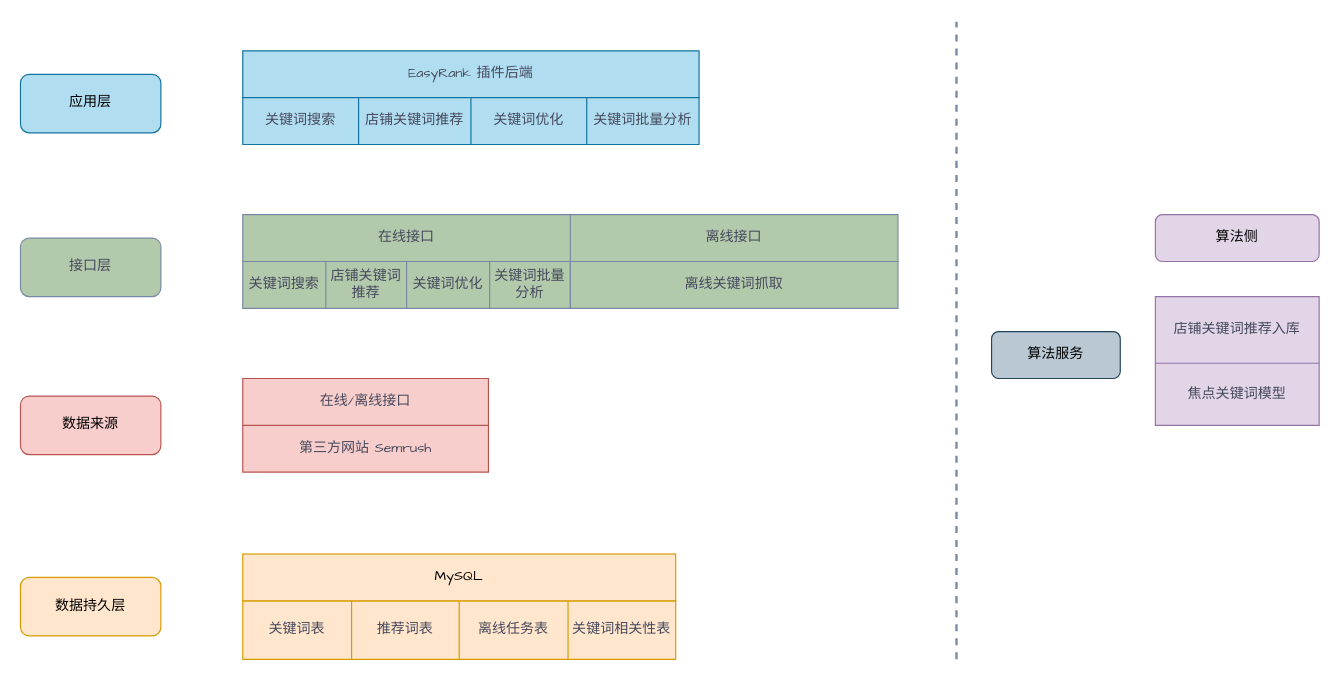
Before: seo.drawio in silan-liu/drawio, a draw.io diagram. Source tidied: cells renumbered, new cells numbered last; positions are measured from the earlier drawing's top-left corner, leaving out a move shared by most shapes. Both pictures are drawn from the tidied source at 117%, with x=0, y=0 at pixel (20, 21).
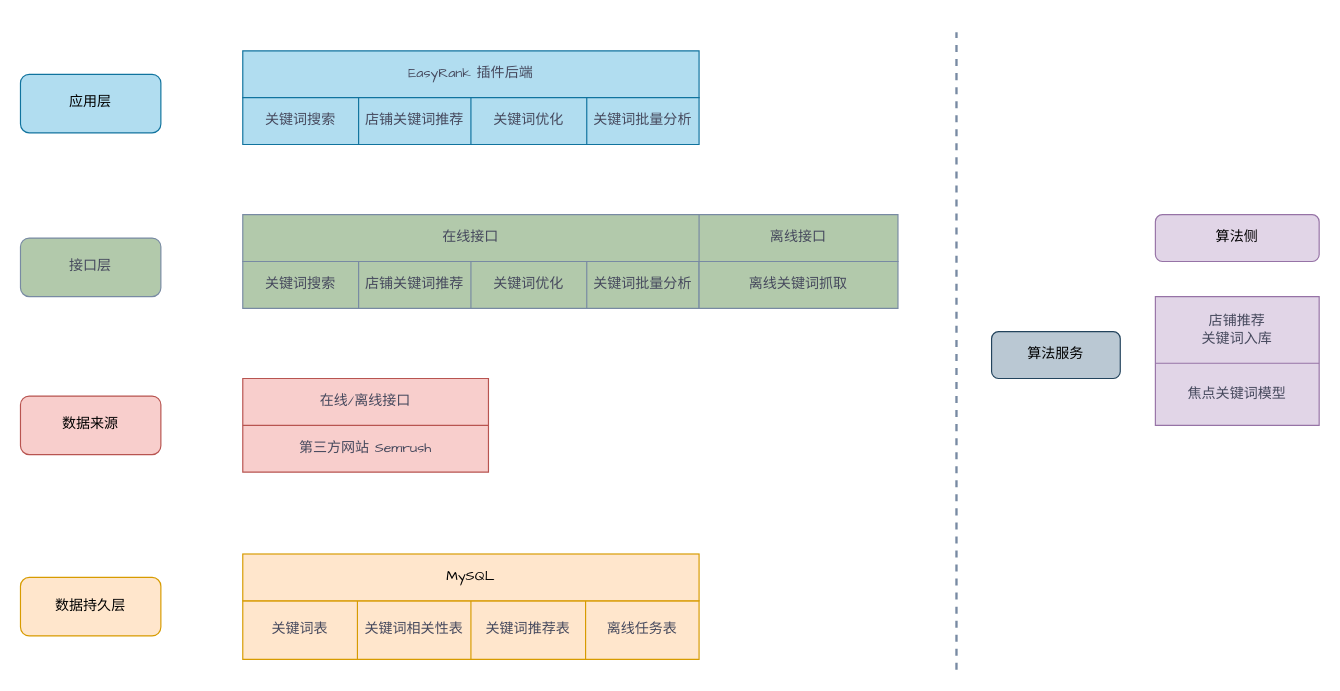
Above is the later version.

Unchanged cells that the change refers to:
```xml
<mxCell id="18" style="shape=tableRow;horizontal=0;startSize=0;swimlaneHead=0;swimlaneBody=0;top=0;left=0;bottom=0;right=0;fillColor=none;comic=0;strokeColor=#788AA3;fontColor=#46495D;fontFamily=Comic Sans MS;fontSize=12;" parent="17" vertex="1">
  <mxGeometry width="560" height="40" as="geometry" />
</mxCell>
<mxCell id="42" style="shape=tableRow;horizontal=0;startSize=0;swimlaneHead=0;swimlaneBody=0;top=0;left=0;bottom=0;right=0;fillColor=none;comic=0;strokeColor=#788AA3;fontColor=#46495D;fontFamily=Comic Sans MS;fontSize=12;" parent="41" vertex="1">
  <mxGeometry width="140" height="57" as="geometry" />
</mxCell>
```

Change to the diagram source:
```diff
@@
     <mxCell id="3" style="shape=table;startSize=0;childLayout=tableLayout;strokeColor=#d79b00;fillColor=#ffe6cc;comic=0;fontFamily=Comic Sans MS;fontSize=12;" parent="1" vertex="1">
-      <mxGeometry x="190" y="495" width="370" height="50" as="geometry" />
+      <mxGeometry x="190" y="495" width="390" height="50" as="geometry" />
     </mxCell>
     <mxCell id="4" style="shape=tableRow;horizontal=0;startSize=0;swimlaneHead=0;swimlaneBody=0;top=0;left=0;bottom=0;right=0;fillColor=none;strokeColor=#788AA3;fontColor=#46495D;fontFamily=Comic Sans MS;fontSize=12;" parent="3" vertex="1">
-      <mxGeometry width="370" height="50" as="geometry" />
+      <mxGeometry width="390" height="50" as="geometry" />
     </mxCell>
     <mxCell id="5" value="关键词表" style="shape=partialRectangle;html=1;whiteSpace=wrap;overflow=hidden;fillColor=none;top=0;left=0;bottom=0;right=0;strokeColor=#788AA3;fontColor=#46495D;fontFamily=Comic Sans MS;fontSize=12;" parent="4" vertex="1">
-      <mxGeometry width="93" height="50" as="geometry" />
+      <mxGeometry width="98" height="50" as="geometry" />
     </mxCell>
-    <mxCell id="6" value="推荐词表" style="shape=partialRectangle;html=1;whiteSpace=wrap;overflow=hidden;fillColor=none;top=0;left=0;bottom=0;right=0;strokeColor=#788AA3;fontColor=#46495D;fontFamily=Comic Sans MS;fontSize=12;" parent="4" vertex="1">
-      <mxGeometry x="93" width="92" height="50" as="geometry" />
+    <mxCell id="6" value="关键词相关性表&lt;br&gt;" style="shape=partialRectangle;html=1;whiteSpace=wrap;overflow=hidden;fillColor=none;top=0;left=0;bottom=0;right=0;strokeColor=#788AA3;fontColor=#46495D;fontFamily=Comic Sans MS;fontSize=12;" parent="4" vertex="1">
+      <mxGeometry x="98" width="97" height="50" as="geometry" />
     </mxCell>
-    <mxCell id="7" value="离线任务表" style="shape=partialRectangle;html=1;whiteSpace=wrap;overflow=hidden;fillColor=none;top=0;left=0;bottom=0;right=0;strokeColor=#788AA3;fontColor=#46495D;fontFamily=Comic Sans MS;fontSize=12;" parent="4" vertex="1">
-      <mxGeometry x="185" width="93" height="50" as="geometry" />
+    <mxCell id="7" value="关键词推荐表" style="shape=partialRectangle;html=1;whiteSpace=wrap;overflow=hidden;fillColor=none;top=0;left=0;bottom=0;right=0;strokeColor=#788AA3;fontColor=#46495D;fontFamily=Comic Sans MS;fontSize=12;" parent="4" vertex="1">
+      <mxGeometry x="195" width="98" height="50" as="geometry" />
     </mxCell>
-    <mxCell id="8" value="关键词相关性表" style="shape=partialRectangle;html=1;whiteSpace=wrap;overflow=hidden;fillColor=none;top=0;left=0;bottom=0;right=0;strokeColor=#788AA3;fontColor=#46495D;fontFamily=Comic Sans MS;fontSize=12;" parent="4" vertex="1">
-      <mxGeometry x="278" width="92" height="50" as="geometry" />
+    <mxCell id="8" value="离线任务表" style="shape=partialRectangle;html=1;whiteSpace=wrap;overflow=hidden;fillColor=none;top=0;left=0;bottom=0;right=0;strokeColor=#788AA3;fontColor=#46495D;fontFamily=Comic Sans MS;fontSize=12;" parent="4" vertex="1">
+      <mxGeometry x="293" width="97" height="50" as="geometry" />
     </mxCell>
     <mxCell id="9" value="&lt;span style=&quot;font-size: 12px;&quot;&gt;MySQL&lt;/span&gt;" style="rounded=0;whiteSpace=wrap;html=1;comic=0;strokeColor=#d79b00;fillColor=#ffe6cc;fontFamily=Comic Sans MS;fontSize=12;" parent="1" vertex="1">
-      <mxGeometry x="190" y="455" width="370" height="40" as="geometry" />
+      <mxGeometry x="190" y="455" width="390" height="40" as="geometry" />
     </mxCell>
@@
     <mxCell id="19" value="在线接口" style="shape=partialRectangle;html=1;whiteSpace=wrap;overflow=hidden;fillColor=none;top=0;left=0;bottom=0;right=0;comic=0;strokeColor=#788AA3;fontColor=#46495D;fontFamily=Comic Sans MS;fontSize=12;" parent="18" vertex="1">
-      <mxGeometry width="280" height="40" as="geometry" />
+      <mxGeometry width="390" height="40" as="geometry" />
     </mxCell>
     <mxCell id="20" value="离线接口" style="shape=partialRectangle;html=1;whiteSpace=wrap;overflow=hidden;fillColor=none;top=0;left=0;bottom=0;right=0;comic=0;strokeColor=#788AA3;fontColor=#46495D;fontFamily=Comic Sans MS;fontSize=12;" parent="18" vertex="1">
-      <mxGeometry x="280" width="280" height="40" as="geometry" />
+      <mxGeometry x="390" width="170" height="40" as="geometry" />
     </mxCell>
     <mxCell id="21" style="shape=table;startSize=0;childLayout=tableLayout;comic=0;strokeColor=#788AA3;fontColor=#46495D;fillColor=#B2C9AB;fontFamily=Comic Sans MS;fontSize=12;" parent="1" vertex="1">
-      <mxGeometry x="190" y="205" width="280" height="40" as="geometry" />
+      <mxGeometry x="190" y="205" width="390" height="40" as="geometry" />
     </mxCell>
     <mxCell id="22" style="shape=tableRow;horizontal=0;startSize=0;swimlaneHead=0;swimlaneBody=0;top=0;left=0;bottom=0;right=0;fillColor=none;comic=0;strokeColor=#788AA3;fontColor=#46495D;fontFamily=Comic Sans MS;fontSize=12;" parent="21" vertex="1">
-      <mxGeometry width="280" height="40" as="geometry" />
+      <mxGeometry width="390" height="40" as="geometry" />
     </mxCell>
     <mxCell id="23" value="关键词搜索" style="shape=partialRectangle;html=1;whiteSpace=wrap;overflow=hidden;fillColor=none;top=0;left=0;bottom=0;right=0;comic=0;strokeColor=#788AA3;fontColor=#46495D;fontFamily=Comic Sans MS;fontSize=12;" parent="22" vertex="1">
-      <mxGeometry width="71" height="40" as="geometry" />
+      <mxGeometry width="99" height="40" as="geometry" />
     </mxCell>
     <mxCell id="24" value="店铺关键词推荐" style="shape=partialRectangle;html=1;whiteSpace=wrap;overflow=hidden;fillColor=none;top=0;left=0;bottom=0;right=0;comic=0;strokeColor=#788AA3;fontColor=#46495D;fontFamily=Comic Sans MS;fontSize=12;" parent="22" vertex="1">
-      <mxGeometry x="71" width="69" height="40" as="geometry" />
+      <mxGeometry x="99" width="96" height="40" as="geometry" />
     </mxCell>
     <mxCell id="25" value="关键词优化" style="shape=partialRectangle;html=1;whiteSpace=wrap;overflow=hidden;fillColor=none;top=0;left=0;bottom=0;right=0;comic=0;strokeColor=#788AA3;fontColor=#46495D;fontFamily=Comic Sans MS;fontSize=12;" parent="22" vertex="1">
-      <mxGeometry x="140" width="71" height="40" as="geometry" />
+      <mxGeometry x="195" width="99" height="40" as="geometry" />
     </mxCell>
     <mxCell id="26" value="关键词批量分析" style="shape=partialRectangle;html=1;whiteSpace=wrap;overflow=hidden;fillColor=none;top=0;left=0;bottom=0;right=0;comic=0;strokeColor=#788AA3;fontColor=#46495D;fontFamily=Comic Sans MS;fontSize=12;" parent="22" vertex="1">
-      <mxGeometry x="211" width="69" height="40" as="geometry" />
+      <mxGeometry x="294" width="96" height="40" as="geometry" />
     </mxCell>
     <mxCell id="27" style="shape=table;startSize=0;childLayout=tableLayout;comic=0;strokeColor=#788AA3;fontColor=#46495D;fillColor=#B2C9AB;fontFamily=Comic Sans MS;fontSize=12;" parent="1" vertex="1">
-      <mxGeometry x="470" y="205" width="280" height="40" as="geometry" />
+      <mxGeometry x="580" y="205" width="170" height="40" as="geometry" />
     </mxCell>
     <mxCell id="28" style="shape=tableRow;horizontal=0;startSize=0;swimlaneHead=0;swimlaneBody=0;top=0;left=0;bottom=0;right=0;fillColor=none;comic=0;strokeColor=#788AA3;fontColor=#46495D;fontFamily=Comic Sans MS;fontSize=12;" parent="27" vertex="1">
-      <mxGeometry width="280" height="40" as="geometry" />
+      <mxGeometry width="170" height="40" as="geometry" />
     </mxCell>
     <mxCell id="29" value="离线关键词抓取" style="shape=partialRectangle;html=1;whiteSpace=wrap;overflow=hidden;fillColor=none;top=0;left=0;bottom=0;right=0;comic=0;strokeColor=#788AA3;fontColor=#46495D;fontFamily=Comic Sans MS;fontSize=12;" parent="28" vertex="1">
-      <mxGeometry width="280" height="40" as="geometry" />
+      <mxGeometry width="170" height="40" as="geometry" />
     </mxCell>
@@
-    <mxCell id="43" value="店铺关键词推荐入库" style="shape=partialRectangle;html=1;whiteSpace=wrap;overflow=hidden;fillColor=none;top=0;left=0;bottom=0;right=0;comic=0;strokeColor=#788AA3;fontColor=#46495D;fontFamily=Comic Sans MS;fontSize=12;" parent="42" vertex="1">
+    <mxCell id="43" value="店铺推荐&lt;br&gt;关键词入库" style="shape=partialRectangle;html=1;whiteSpace=wrap;overflow=hidden;fillColor=none;top=0;left=0;bottom=0;right=0;comic=0;strokeColor=#788AA3;fontColor=#46495D;fontFamily=Comic Sans MS;fontSize=12;" parent="42" vertex="1">
       <mxGeometry width="140" height="57" as="geometry" />
     </mxCell>
@@
     <mxCell id="47" style="endArrow=none;html=1;strokeWidth=2;rounded=0;strokeColor=#788AA3;fontColor=#46495D;fillColor=#B2C9AB;dashed=1;fontFamily=Comic Sans MS;fontSize=12;" parent="1" edge="1">
       <mxGeometry relative="1" as="geometry">
-        <mxPoint x="800" y="545" as="sourcePoint" />
-        <mxPoint x="800" as="targetPoint" />
+        <mxPoint x="800" y="554" as="sourcePoint" />
+        <mxPoint x="800" y="9" as="targetPoint" />
       </mxGeometry>
     </mxCell>
```
